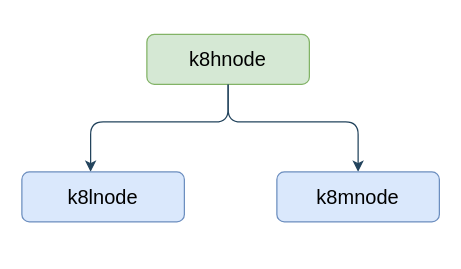
The draw.io diagram drawio/K8sCluster.drawio in amsen/k8s-ws, before the edit. Source tidied: cells renumbered, new cells numbered last; positions are measured from the earlier drawing's top-left corner, leaving out a move shared by most shapes. Both pictures are drawn from the tidied source at 125%, with x=0, y=0 at pixel (21, 34).
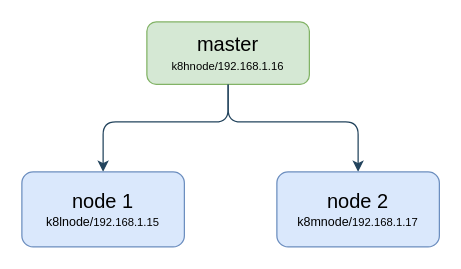
After the change.

The edit, as a diff of the source:
```diff
@@
 <mxGraphModel>
   <root>
     <mxCell id="0" />
     <mxCell id="1" parent="0" />
-    <mxCell id="2" value="&lt;font style=&quot;font-size: 16px&quot;&gt;k8hnode&lt;/font&gt;" style="rounded=1;whiteSpace=wrap;html=1;fillColor=#d5e8d4;strokeColor=#82b366;" parent="1" vertex="1">
-      <mxGeometry x="100" width="130" height="40" as="geometry" />
+    <mxCell id="2" value="&lt;font&gt;&lt;span style=&quot;font-size: 16px&quot;&gt;master&lt;/span&gt;&lt;br&gt;&lt;font style=&quot;font-size: 9px&quot;&gt;&lt;font style=&quot;font-size: 9px&quot;&gt;&lt;font style=&quot;font-size: 9px&quot;&gt;k8hnode/&lt;/font&gt;&lt;span&gt;192.168.1.16&lt;/span&gt;&lt;/font&gt;&lt;/font&gt;&lt;br&gt;&lt;/font&gt;" style="rounded=1;whiteSpace=wrap;html=1;fillColor=#d5e8d4;strokeColor=#82b366;" parent="1" vertex="1">
+      <mxGeometry x="100" y="-10" width="130" height="50" as="geometry" />
     </mxCell>
-    <mxCell id="3" style="edgeStyle=segmentEdgeStyle;endArrow=classic;html=1;exitX=0.5;exitY=1;exitDx=0;exitDy=0;fillColor=#bac8d3;strokeColor=#23445d;" parent="1" edge="1" source="2">
+    <mxCell id="3" style="edgeStyle=segmentEdgeStyle;endArrow=classic;html=1;exitX=0.5;exitY=1;exitDx=0;exitDy=0;fillColor=#bac8d3;strokeColor=#23445d;entryX=0.5;entryY=0;entryDx=0;entryDy=0;" parent="1" edge="1" source="2" target="5">
       <mxGeometry relative="1" as="geometry">
-        <mxPoint x="55" y="110" as="targetPoint" />
         <Array as="points">
           <mxPoint x="165" y="70" />
-          <mxPoint x="55" y="70" />
+          <mxPoint x="65" y="70" />
         </Array>
       </mxGeometry>
     </mxCell>
     <mxCell id="4" style="edgeStyle=segmentEdgeStyle;endArrow=classic;html=1;exitX=0.5;exitY=1;exitDx=0;exitDy=0;fillColor=#bac8d3;strokeColor=#23445d;entryX=0.5;entryY=0;entryDx=0;entryDy=0;" parent="1" edge="1" source="2" target="6">
       <mxGeometry relative="1" as="geometry">
         <Array as="points">
           <mxPoint x="165" y="70" />
           <mxPoint x="269" y="70" />
         </Array>
       </mxGeometry>
     </mxCell>
-    <mxCell id="5" value="&lt;span style=&quot;font-size: 16px&quot;&gt;k8lnode&lt;/span&gt;" style="rounded=1;whiteSpace=wrap;html=1;fillColor=#dae8fc;strokeColor=#6c8ebf;" parent="1" vertex="1">
-      <mxGeometry y="110" width="130" height="40" as="geometry" />
+    <mxCell id="5" value="&lt;font&gt;&lt;font style=&quot;font-size: 16px&quot;&gt;node 1&lt;/font&gt;&lt;br&gt;&lt;font size=&quot;1&quot;&gt;k8lnode/&lt;/font&gt;&lt;font style=&quot;font-size: 9px&quot;&gt;192.168.1.15&lt;/font&gt;&lt;/font&gt;" style="rounded=1;whiteSpace=wrap;html=1;fillColor=#dae8fc;strokeColor=#6c8ebf;" parent="1" vertex="1">
+      <mxGeometry y="110" width="130" height="60" as="geometry" />
     </mxCell>
-    <mxCell id="6" value="&lt;span style=&quot;font-size: 16px&quot;&gt;k8mnode&lt;/span&gt;" style="rounded=1;whiteSpace=wrap;html=1;fillColor=#dae8fc;strokeColor=#6c8ebf;" parent="1" vertex="1">
-      <mxGeometry x="204" y="110" width="130" height="40" as="geometry" />
+    <mxCell id="6" value="&lt;font&gt;&lt;font style=&quot;font-size: 16px&quot;&gt;node 2&lt;/font&gt;&lt;br&gt;&lt;font size=&quot;1&quot;&gt;k8mnode/&lt;/font&gt;&lt;font style=&quot;font-size: 9px&quot;&gt;192.168.1.17&lt;/font&gt;&lt;/font&gt;" style="rounded=1;whiteSpace=wrap;html=1;fillColor=#dae8fc;strokeColor=#6c8ebf;" parent="1" vertex="1">
+      <mxGeometry x="204" y="110" width="130" height="60" as="geometry" />
     </mxCell>
   </root>
 </mxGraphModel>
```
